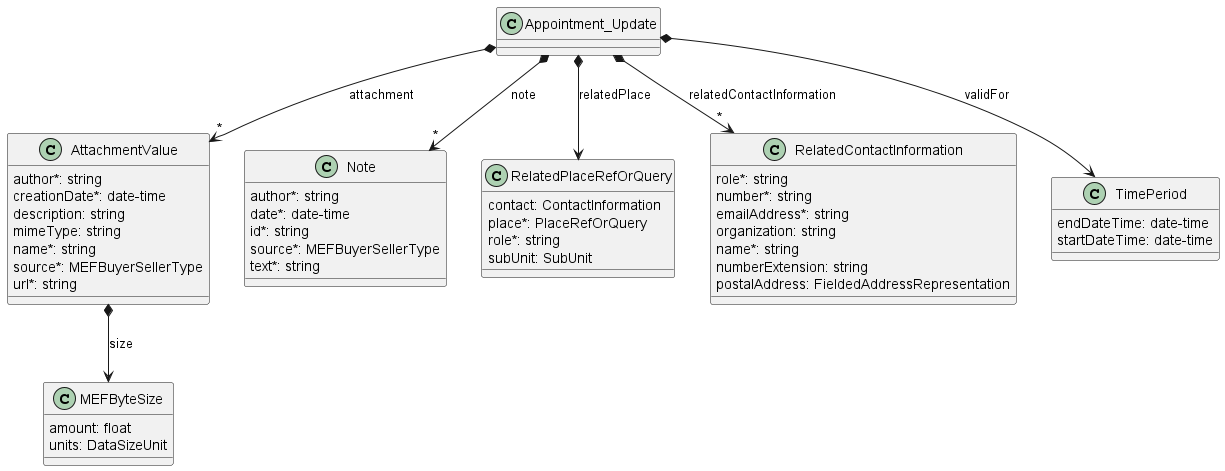
The PlantUML diagram documentation/productApi/workforce/media/useCase11PatchModel.png in MEF-GIT/MEF-LSO-Sonata-SDK, before a commit.
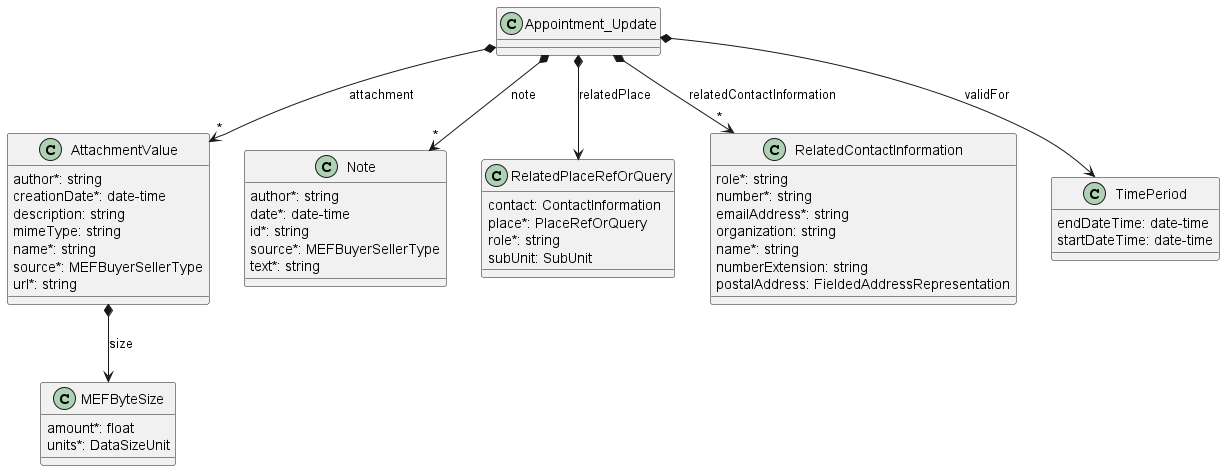
Later version of the same file.

What changed in the source:
```diff
@@ -30,8 +30,8 @@
 
 class MEFByteSize {
 
-    amount: float
-    units: DataSizeUnit
+    amount*: float
+    units*: DataSizeUnit
 }
 
 
```
